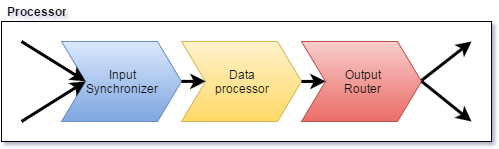
RaduBerinde/cockroach keeps this draw.io diagram as docs/RFCS/distributed_sql_processor.png. Above is the earlier version. Source tidied: cells renumbered, new cells last; positions are measured from the earlier drawing's top-left corner, leaving out a move shared by most shapes.
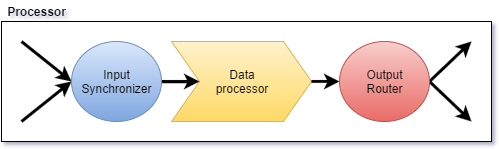
After the commit.

What changed in the source:
```diff
@@ -5,40 +5,31 @@
     <mxCell id="2" style="whiteSpace=wrap;html=1;fillColor=#ffffff;strokeColor=#000000;shadow=0;" parent="1" vertex="1">
       <mxGeometry y="20" width="490" height="120" as="geometry" />
     </mxCell>
-    <mxCell id="3" value="Input&lt;div&gt;Synchronizer&lt;br&gt;&lt;/div&gt;" style="shape=step;whiteSpace=wrap;html=1;shadow=0;rounded=0;comic=0;plain-blue;" parent="1" vertex="1">
-      <mxGeometry x="60" y="40" width="120" height="80" as="geometry" />
-    </mxCell>
     <mxCell id="4" value="Data&lt;div&gt;processor&lt;/div&gt;" style="shape=step;whiteSpace=wrap;html=1;plain-yellow;" parent="1" vertex="1">
-      <mxGeometry x="180" y="40" width="120" height="80" as="geometry" />
+      <mxGeometry x="170" y="40" width="140" height="80" as="geometry" />
     </mxCell>
-    <mxCell id="5" value="Output&lt;br&gt;Router" style="shape=step;whiteSpace=wrap;html=1;plain-red;" parent="1" vertex="1">
-      <mxGeometry x="300" y="40" width="120" height="80" as="geometry" />
-    </mxCell>
-    <mxCell id="6" style="endArrow=classic;html=1;entryX=0.2;entryY=0.5;entryPerimeter=0;strokeWidth=3;" parent="1" edge="1" target="3">
+    <mxCell id="6" style="endArrow=classic;html=1;entryX=0;entryY=0.5;strokeWidth=3;" parent="1" edge="1" target="3">
       <mxGeometry relative="1" as="geometry">
         <mxPoint x="20" y="40" as="sourcePoint" />
       </mxGeometry>
     </mxCell>
-    <mxCell id="7" style="endArrow=classic;html=1;strokeWidth=3;" parent="1" edge="1">
+    <mxCell id="7" style="endArrow=classic;html=1;strokeWidth=3;exitX=1;exitY=0.5;" parent="1" edge="1" source="5">
       <mxGeometry x="510" y="199" as="geometry">
-        <mxPoint x="420" y="79" as="sourcePoint" />
         <mxPoint x="470" y="40" as="targetPoint" />
       </mxGeometry>
     </mxCell>
-    <mxCell id="8" style="endArrow=classic;html=1;strokeWidth=3;exitX=1;exitY=0.5;exitPerimeter=0;" parent="1" edge="1" source="5">
+    <mxCell id="8" style="endArrow=classic;html=1;strokeWidth=3;exitX=1;exitY=0.5;" parent="1" edge="1" source="5">
       <mxGeometry x="520" y="209" as="geometry">
         <mxPoint x="470" y="120" as="targetPoint" />
       </mxGeometry>
     </mxCell>
-    <mxCell id="9" style="endArrow=classic;html=1;strokeWidth=3;entryX=0.2;entryY=0.5;entryPerimeter=0;" parent="1" edge="1" source="3" target="4">
+    <mxCell id="9" style="endArrow=classic;html=1;strokeWidth=3;entryX=0.2;entryY=0.5;entryPerimeter=0;exitX=1;exitY=0.5;" parent="1" edge="1" source="3" target="4">
       <mxGeometry x="270" y="199" as="geometry" />
     </mxCell>
-    <mxCell id="10" style="endArrow=classic;html=1;strokeWidth=3;entryX=0.2;entryY=0.5;entryPerimeter=0;" parent="1" edge="1" target="5">
-      <mxGeometry x="280" y="209" as="geometry">
-        <mxPoint x="300" y="80" as="sourcePoint" />
-      </mxGeometry>
+    <mxCell id="10" style="endArrow=classic;html=1;strokeWidth=3;entryX=0;entryY=0.5;exitX=1;exitY=0.5;exitPerimeter=0;" parent="1" edge="1" source="4" target="5">
+      <mxGeometry x="280" y="209" as="geometry" />
     </mxCell>
-    <mxCell id="11" style="endArrow=classic;html=1;entryX=0.2;entryY=0.5;entryPerimeter=0;strokeWidth=3;" parent="1" edge="1" target="3">
+    <mxCell id="11" style="endArrow=classic;html=1;entryX=0;entryY=0.5;strokeWidth=3;" parent="1" edge="1" target="3">
       <mxGeometry x="120" y="170" as="geometry">
         <mxPoint x="20" y="120" as="sourcePoint" />
       </mxGeometry>
@@ -46,5 +37,11 @@
     <mxCell id="12" value="Processor" style="text;html=1;strokeColor=none;fillColor=none;align=center;verticalAlign=middle;whiteSpace=wrap;overflow=hidden;rounded=0;shadow=0;fontStyle=1;" parent="1" vertex="1">
       <mxGeometry width="70" height="20" as="geometry" />
     </mxCell>
+    <mxCell id="3" value="Input&lt;div&gt;Synchronizer&lt;/div&gt;" style="ellipse;whiteSpace=wrap;html=1;plain-blue;" parent="1" vertex="1">
+      <mxGeometry x="70" y="40" width="90" height="80" as="geometry" />
+    </mxCell>
+    <mxCell id="5" value="&lt;div&gt;Output&lt;/div&gt;&lt;div&gt;Router&lt;/div&gt;" style="ellipse;whiteSpace=wrap;html=1;plain-red;" parent="1" vertex="1">
+      <mxGeometry x="338" y="40" width="90" height="80" as="geometry" />
+    </mxCell>
   </root>
 </mxGraphModel>
```
